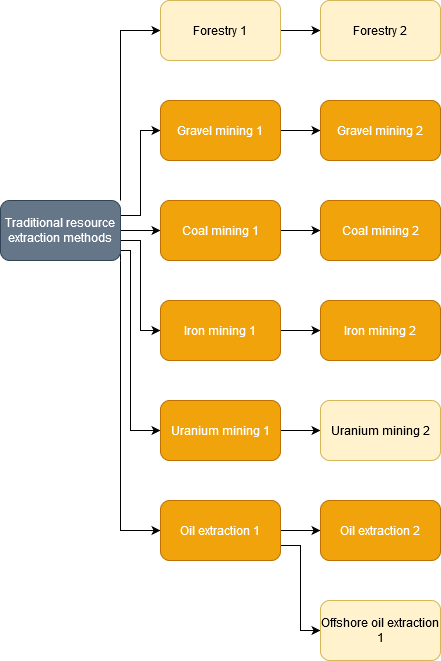
Above: resources/primary-industries.png in cit1zen/workers-and-resources-community-tech-tree (draw.io), before the change. Source tidied: cells renumbered, new cells last; positions are measured from the earlier drawing's top-left corner, leaving out a move shared by most shapes. The source it was exported from:
```xml
<mxGraphModel>
  <root>
    <mxCell id="0" />
    <mxCell id="1" parent="0" />
    <mxCell id="2" style="edgeStyle=orthogonalEdgeStyle;rounded=0;jettySize=auto;html=1;exitX=1;exitY=0.5;exitDx=0;exitDy=0;entryX=0;entryY=0.5;entryDx=0;entryDy=0;" parent="1" edge="1" source="8" target="18">
      <mxGeometry relative="1" as="geometry" />
    </mxCell>
    <mxCell id="3" style="edgeStyle=orthogonalEdgeStyle;rounded=0;jettySize=auto;html=1;exitX=1;exitY=0.25;exitDx=0;exitDy=0;entryX=0;entryY=0.5;entryDx=0;entryDy=0;" parent="1" edge="1" source="8" target="21">
      <mxGeometry relative="1" as="geometry" />
    </mxCell>
    <mxCell id="4" style="edgeStyle=orthogonalEdgeStyle;rounded=0;jettySize=auto;html=1;exitX=1;exitY=0.75;exitDx=0;exitDy=0;entryX=0;entryY=0.5;entryDx=0;entryDy=0;" parent="1" edge="1" source="8" target="15">
      <mxGeometry relative="1" as="geometry">
        <Array as="points">
          <mxPoint x="120" y="240" />
          <mxPoint x="140" y="240" />
          <mxPoint x="140" y="330" />
        </Array>
      </mxGeometry>
    </mxCell>
    <mxCell id="5" style="edgeStyle=orthogonalEdgeStyle;rounded=0;jettySize=auto;html=1;exitX=1;exitY=1;exitDx=0;exitDy=0;entryX=0;entryY=0.5;entryDx=0;entryDy=0;" parent="1" edge="1" source="8" target="11">
      <mxGeometry relative="1" as="geometry" />
    </mxCell>
    <mxCell id="6" style="edgeStyle=orthogonalEdgeStyle;rounded=0;jettySize=auto;html=1;exitX=1;exitY=0;exitDx=0;exitDy=0;entryX=0;entryY=0.5;entryDx=0;entryDy=0;" parent="1" edge="1" source="8" target="23">
      <mxGeometry relative="1" as="geometry" />
    </mxCell>
    <mxCell id="7" style="edgeStyle=orthogonalEdgeStyle;rounded=0;jettySize=auto;html=1;exitX=1;exitY=1;exitDx=0;exitDy=0;entryX=0;entryY=0.5;entryDx=0;entryDy=0;" parent="1" edge="1" source="8" target="27">
      <mxGeometry relative="1" as="geometry">
        <Array as="points">
          <mxPoint x="120" y="250" />
          <mxPoint x="130" y="250" />
          <mxPoint x="130" y="430" />
        </Array>
      </mxGeometry>
    </mxCell>
    <mxCell id="8" value="Traditional resource extraction methods" style="rounded=1;whiteSpace=wrap;html=1;fillColor=#647687;strokeColor=#314354;fontColor=#ffffff;" parent="1" vertex="1">
      <mxGeometry y="200" width="120" height="60" as="geometry" />
    </mxCell>
    <mxCell id="9" style="edgeStyle=orthogonalEdgeStyle;rounded=0;jettySize=auto;html=1;exitX=1;exitY=0.5;exitDx=0;exitDy=0;entryX=0;entryY=0.5;entryDx=0;entryDy=0;" parent="1" edge="1" source="11" target="12">
      <mxGeometry relative="1" as="geometry" />
    </mxCell>
    <mxCell id="10" style="edgeStyle=orthogonalEdgeStyle;rounded=0;jettySize=auto;html=1;exitX=1;exitY=0.75;exitDx=0;exitDy=0;entryX=0;entryY=0.5;entryDx=0;entryDy=0;" parent="1" edge="1" source="11" target="13">
      <mxGeometry relative="1" as="geometry" />
    </mxCell>
    <mxCell id="11" value="Oil extraction 1" style="rounded=1;whiteSpace=wrap;html=1;fillColor=#f0a30a;strokeColor=#BD7000;fontColor=#ffffff;" parent="1" vertex="1">
      <mxGeometry x="160" y="500" width="120" height="60" as="geometry" />
    </mxCell>
    <mxCell id="12" value="Oil extraction 2" style="rounded=1;whiteSpace=wrap;html=1;fillColor=#f0a30a;strokeColor=#BD7000;fontColor=#ffffff;" parent="1" vertex="1">
      <mxGeometry x="320" y="500" width="120" height="60" as="geometry" />
    </mxCell>
    <mxCell id="13" value="Offshore oil extraction 1" style="rounded=1;whiteSpace=wrap;html=1;fillColor=#fff2cc;strokeColor=#d6b656;" parent="1" vertex="1">
      <mxGeometry x="320" y="600" width="120" height="60" as="geometry" />
    </mxCell>
    <mxCell id="14" style="edgeStyle=orthogonalEdgeStyle;rounded=0;jettySize=auto;html=1;exitX=1;exitY=0.5;exitDx=0;exitDy=0;entryX=0;entryY=0.5;entryDx=0;entryDy=0;" parent="1" edge="1" source="15" target="16">
      <mxGeometry relative="1" as="geometry" />
    </mxCell>
    <mxCell id="15" value="Iron mining 1" style="rounded=1;whiteSpace=wrap;html=1;fillColor=#f0a30a;strokeColor=#BD7000;fontColor=#ffffff;" parent="1" vertex="1">
      <mxGeometry x="160" y="300" width="120" height="60" as="geometry" />
    </mxCell>
    <mxCell id="16" value="Iron mining 2" style="rounded=1;whiteSpace=wrap;html=1;fillColor=#f0a30a;strokeColor=#BD7000;fontColor=#ffffff;" parent="1" vertex="1">
      <mxGeometry x="320" y="300" width="120" height="60" as="geometry" />
    </mxCell>
    <mxCell id="17" style="edgeStyle=orthogonalEdgeStyle;rounded=0;jettySize=auto;html=1;exitX=1;exitY=0.5;exitDx=0;exitDy=0;entryX=0;entryY=0.5;entryDx=0;entryDy=0;" parent="1" edge="1" source="18" target="19">
      <mxGeometry relative="1" as="geometry" />
    </mxCell>
    <mxCell id="18" value="Coal mining 1" style="rounded=1;whiteSpace=wrap;html=1;fillColor=#f0a30a;strokeColor=#BD7000;fontColor=#ffffff;" parent="1" vertex="1">
      <mxGeometry x="160" y="200" width="120" height="60" as="geometry" />
    </mxCell>
    <mxCell id="19" value="Coal mining 2" style="rounded=1;whiteSpace=wrap;html=1;fillColor=#f0a30a;strokeColor=#BD7000;fontColor=#ffffff;" parent="1" vertex="1">
      <mxGeometry x="320" y="200" width="120" height="60" as="geometry" />
    </mxCell>
    <mxCell id="20" style="edgeStyle=orthogonalEdgeStyle;rounded=0;jettySize=auto;html=1;exitX=1;exitY=0.5;exitDx=0;exitDy=0;entryX=0;entryY=0.5;entryDx=0;entryDy=0;" parent="1" edge="1" source="21" target="24">
      <mxGeometry relative="1" as="geometry" />
    </mxCell>
    <mxCell id="21" value="Gravel mining 1" style="rounded=1;whiteSpace=wrap;html=1;fillColor=#f0a30a;strokeColor=#BD7000;fontColor=#ffffff;" parent="1" vertex="1">
      <mxGeometry x="160" y="100" width="120" height="60" as="geometry" />
    </mxCell>
    <mxCell id="22" style="edgeStyle=orthogonalEdgeStyle;rounded=0;jettySize=auto;html=1;exitX=1;exitY=0.5;exitDx=0;exitDy=0;" parent="1" edge="1" source="23" target="25">
      <mxGeometry relative="1" as="geometry" />
    </mxCell>
    <mxCell id="23" value="Forestry 1" style="rounded=1;whiteSpace=wrap;html=1;fillColor=#fff2cc;strokeColor=#d6b656;" parent="1" vertex="1">
      <mxGeometry x="160" width="120" height="60" as="geometry" />
    </mxCell>
    <mxCell id="24" value="Gravel mining 2" style="rounded=1;whiteSpace=wrap;html=1;fillColor=#f0a30a;strokeColor=#BD7000;fontColor=#ffffff;" parent="1" vertex="1">
      <mxGeometry x="320" y="100" width="120" height="60" as="geometry" />
    </mxCell>
    <mxCell id="25" value="Forestry 2" style="rounded=1;whiteSpace=wrap;html=1;fillColor=#fff2cc;strokeColor=#d6b656;" parent="1" vertex="1">
      <mxGeometry x="320" width="120" height="60" as="geometry" />
    </mxCell>
    <mxCell id="26" style="edgeStyle=orthogonalEdgeStyle;rounded=0;jettySize=auto;html=1;exitX=1;exitY=0.5;exitDx=0;exitDy=0;entryX=0;entryY=0.5;entryDx=0;entryDy=0;" parent="1" edge="1" source="27" target="28">
      <mxGeometry relative="1" as="geometry" />
    </mxCell>
    <mxCell id="27" value="Uranium mining 1" style="rounded=1;whiteSpace=wrap;html=1;fillColor=#f0a30a;strokeColor=#BD7000;fontColor=#ffffff;" parent="1" vertex="1">
      <mxGeometry x="160" y="400" width="120" height="60" as="geometry" />
    </mxCell>
    <mxCell id="28" value="Uranium mining 2" style="rounded=1;whiteSpace=wrap;html=1;fillColor=#fff2cc;strokeColor=#d6b656;" parent="1" vertex="1">
      <mxGeometry x="320" y="400" width="120" height="60" as="geometry" />
    </mxCell>
  </root>
</mxGraphModel>
```
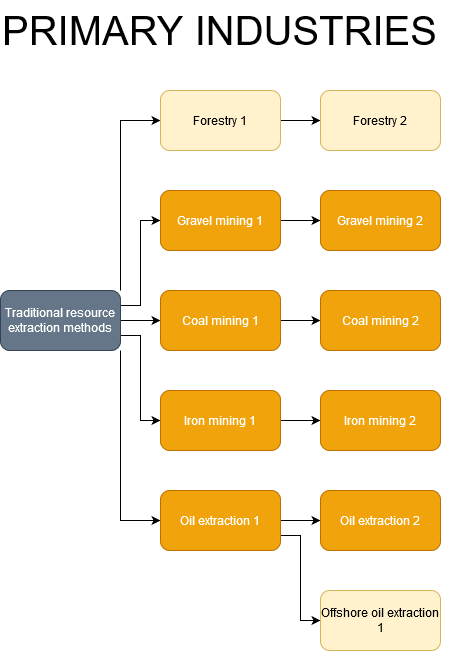
Later version of the same file.

What changed in the source:
```diff
@@ -9,13 +9,7 @@
       <mxGeometry relative="1" as="geometry" />
     </mxCell>
     <mxCell id="4" style="edgeStyle=orthogonalEdgeStyle;rounded=0;jettySize=auto;html=1;exitX=1;exitY=0.75;exitDx=0;exitDy=0;entryX=0;entryY=0.5;entryDx=0;entryDy=0;" parent="1" edge="1" source="8" target="15">
-      <mxGeometry relative="1" as="geometry">
-        <Array as="points">
-          <mxPoint x="120" y="240" />
-          <mxPoint x="140" y="240" />
-          <mxPoint x="140" y="330" />
-        </Array>
-      </mxGeometry>
+      <mxGeometry relative="1" as="geometry" />
     </mxCell>
     <mxCell id="5" style="edgeStyle=orthogonalEdgeStyle;rounded=0;jettySize=auto;html=1;exitX=1;exitY=1;exitDx=0;exitDy=0;entryX=0;entryY=0.5;entryDx=0;entryDy=0;" parent="1" edge="1" source="8" target="11">
       <mxGeometry relative="1" as="geometry" />
@@ -23,15 +17,6 @@
     <mxCell id="6" style="edgeStyle=orthogonalEdgeStyle;rounded=0;jettySize=auto;html=1;exitX=1;exitY=0;exitDx=0;exitDy=0;entryX=0;entryY=0.5;entryDx=0;entryDy=0;" parent="1" edge="1" source="8" target="23">
       <mxGeometry relative="1" as="geometry" />
     </mxCell>
-    <mxCell id="7" style="edgeStyle=orthogonalEdgeStyle;rounded=0;jettySize=auto;html=1;exitX=1;exitY=1;exitDx=0;exitDy=0;entryX=0;entryY=0.5;entryDx=0;entryDy=0;" parent="1" edge="1" source="8" target="27">
-      <mxGeometry relative="1" as="geometry">
-        <Array as="points">
-          <mxPoint x="120" y="250" />
-          <mxPoint x="130" y="250" />
-          <mxPoint x="130" y="430" />
-        </Array>
-      </mxGeometry>
-    </mxCell>
     <mxCell id="8" value="Traditional resource extraction methods" style="rounded=1;whiteSpace=wrap;html=1;fillColor=#647687;strokeColor=#314354;fontColor=#ffffff;" parent="1" vertex="1">
       <mxGeometry y="200" width="120" height="60" as="geometry" />
     </mxCell>
@@ -42,13 +27,13 @@
       <mxGeometry relative="1" as="geometry" />
     </mxCell>
     <mxCell id="11" value="Oil extraction 1" style="rounded=1;whiteSpace=wrap;html=1;fillColor=#f0a30a;strokeColor=#BD7000;fontColor=#ffffff;" parent="1" vertex="1">
-      <mxGeometry x="160" y="500" width="120" height="60" as="geometry" />
+      <mxGeometry x="160" y="400" width="120" height="60" as="geometry" />
     </mxCell>
     <mxCell id="12" value="Oil extraction 2" style="rounded=1;whiteSpace=wrap;html=1;fillColor=#f0a30a;strokeColor=#BD7000;fontColor=#ffffff;" parent="1" vertex="1">
-      <mxGeometry x="320" y="500" width="120" height="60" as="geometry" />
+      <mxGeometry x="320" y="400" width="120" height="60" as="geometry" />
     </mxCell>
     <mxCell id="13" value="Offshore oil extraction 1" style="rounded=1;whiteSpace=wrap;html=1;fillColor=#fff2cc;strokeColor=#d6b656;" parent="1" vertex="1">
-      <mxGeometry x="320" y="600" width="120" height="60" as="geometry" />
+      <mxGeometry x="320" y="500" width="120" height="60" as="geometry" />
     </mxCell>
     <mxCell id="14" style="edgeStyle=orthogonalEdgeStyle;rounded=0;jettySize=auto;html=1;exitX=1;exitY=0.5;exitDx=0;exitDy=0;entryX=0;entryY=0.5;entryDx=0;entryDy=0;" parent="1" edge="1" source="15" target="16">
       <mxGeometry relative="1" as="geometry" />
@@ -86,14 +71,8 @@
     <mxCell id="25" value="Forestry 2" style="rounded=1;whiteSpace=wrap;html=1;fillColor=#fff2cc;strokeColor=#d6b656;" parent="1" vertex="1">
       <mxGeometry x="320" width="120" height="60" as="geometry" />
     </mxCell>
-    <mxCell id="26" style="edgeStyle=orthogonalEdgeStyle;rounded=0;jettySize=auto;html=1;exitX=1;exitY=0.5;exitDx=0;exitDy=0;entryX=0;entryY=0.5;entryDx=0;entryDy=0;" parent="1" edge="1" source="27" target="28">
-      <mxGeometry relative="1" as="geometry" />
-    </mxCell>
-    <mxCell id="27" value="Uranium mining 1" style="rounded=1;whiteSpace=wrap;html=1;fillColor=#f0a30a;strokeColor=#BD7000;fontColor=#ffffff;" parent="1" vertex="1">
-      <mxGeometry x="160" y="400" width="120" height="60" as="geometry" />
-    </mxCell>
-    <mxCell id="28" value="Uranium mining 2" style="rounded=1;whiteSpace=wrap;html=1;fillColor=#fff2cc;strokeColor=#d6b656;" parent="1" vertex="1">
-      <mxGeometry x="320" y="400" width="120" height="60" as="geometry" />
-    </mxCell>
+    <mxCell id="29" value="&lt;!--StartFragment--&gt;&lt;font style=&quot;font-size: 40px&quot;&gt;PRIMARY INDUSTRIES&lt;/font&gt;&lt;!--EndFragment--&gt;" style="text;whiteSpace=wrap;html=1;" parent="1" vertex="1">
+      <mxGeometry y="-90" width="460" height="40" as="geometry" />
+    </mxCell>
   </root>
 </mxGraphModel>
```
